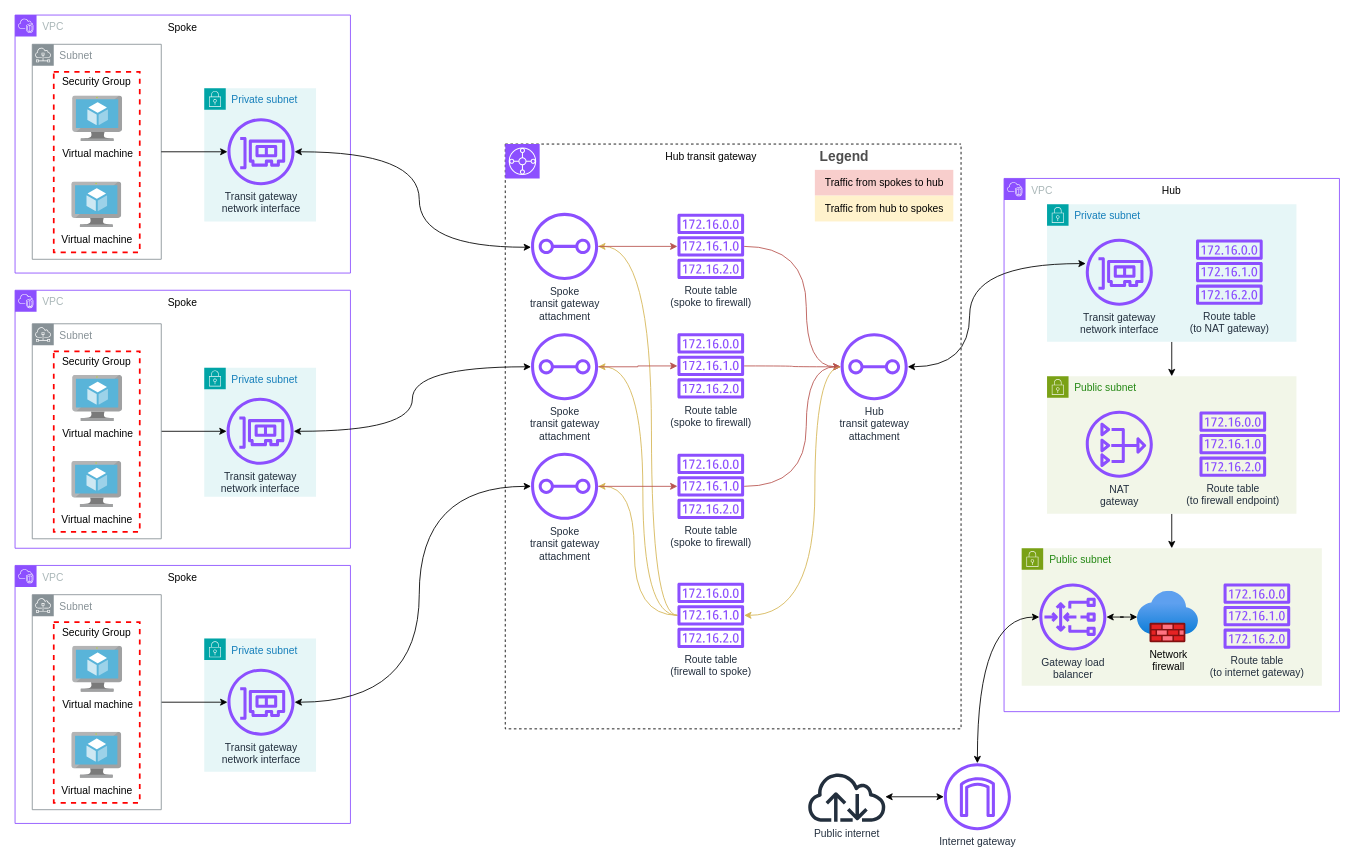
The draw.io diagram assets/images/portfolio/hubandspoke/raw/hub-and-spoke-overview.drawio in gmarti-web/gmarti-web.github.io, before the edit. Source tidied: cells renumbered, new cells numbered last; positions are measured from the earlier drawing's top-left corner, leaving out a move shared by most shapes. Both pictures are drawn from the tidied source at 86%, with x=0, y=0 at pixel (15, 15).
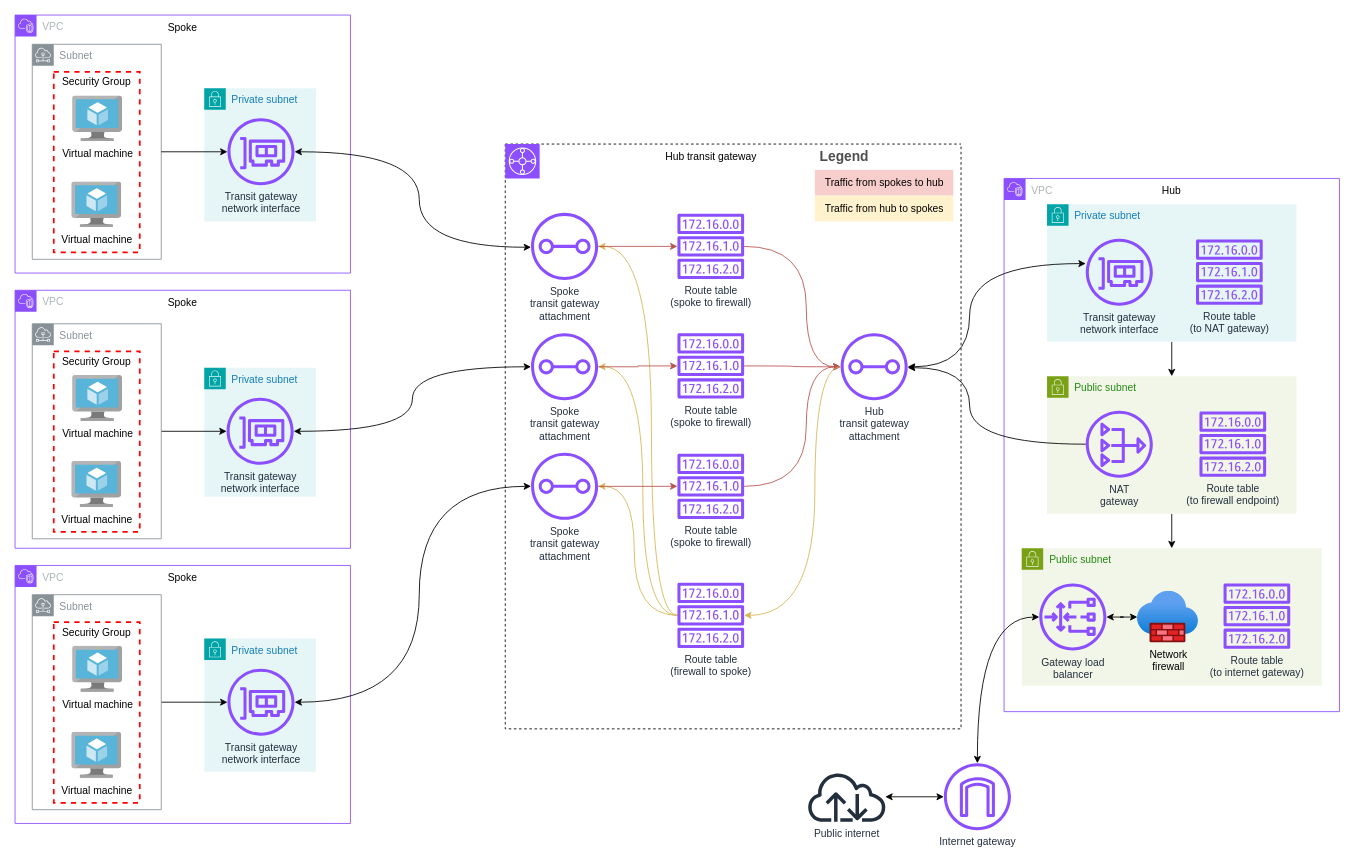
The same page after the edit.

Unchanged cells that the change refers to:
```xml
<mxCell id="51" value="&lt;div&gt;Hub&lt;/div&gt;&lt;div&gt;transit gateway&lt;/div&gt;&lt;div&gt;attachment&lt;/div&gt;" style="sketch=0;outlineConnect=0;fontColor=#232F3E;gradientColor=none;fillColor=#8C4FFF;strokeColor=none;dashed=0;verticalLabelPosition=bottom;verticalAlign=top;align=center;html=1;fontSize=12;fontStyle=0;shape=mxgraph.aws4.transit_gateway_attachment;" parent="32" vertex="1">
  <mxGeometry x="390" y="220" width="78" height="78" as="geometry" />
</mxCell>
<mxCell id="65" value="&lt;div&gt;NAT&lt;/div&gt;&lt;div&gt;gateway&lt;/div&gt;" style="sketch=0;outlineConnect=0;fontColor=#232F3E;gradientColor=none;fillColor=#8C4FFF;strokeColor=none;dashed=0;verticalLabelPosition=bottom;verticalAlign=top;align=center;html=1;fontSize=12;fontStyle=0;shape=mxgraph.aws4.nat_gateway;" parent="64" vertex="1">
  <mxGeometry x="45" y="40" width="78" height="78" as="geometry" />
</mxCell>
```

What changed in the source:
```diff
@@
+    <mxCell id="78" style="edgeStyle=orthogonalEdgeStyle;rounded=0;jettySize=auto;html=1;curved=1;" parent="1" edge="1" source="65" target="51">
+      <mxGeometry relative="1" as="geometry">
+        <Array as="points">
+          <mxPoint x="1110" y="499" />
+          <mxPoint x="1110" y="410" />
+        </Array>
+      </mxGeometry>
+    </mxCell>
```
